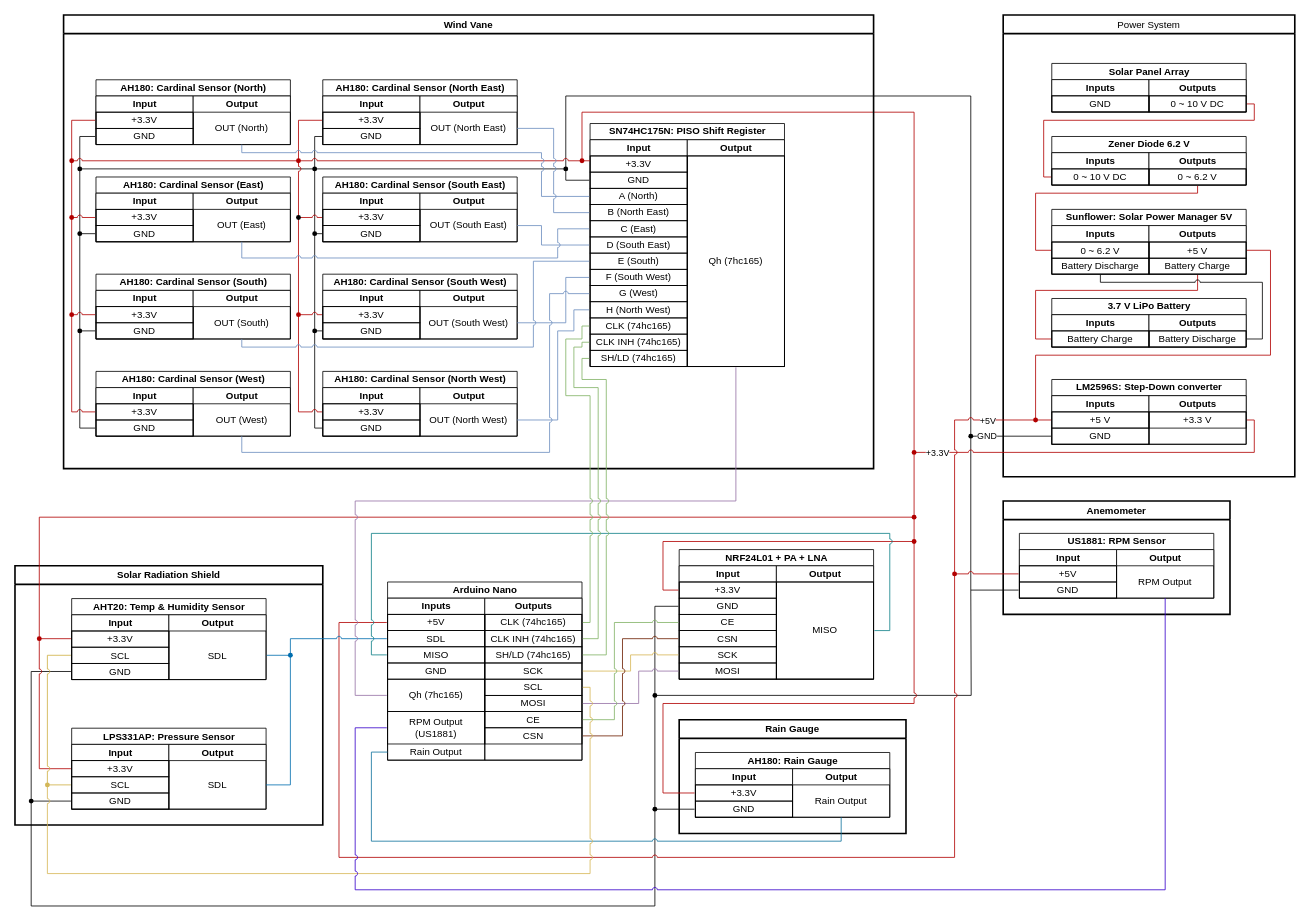
Abdenry/sensorHubProject keeps this draw.io diagram as circuitDiagram.drawio. Above is the earlier version. Source tidied: cells renumbered, new cells numbered last; positions are measured from the earlier drawing's top-left corner, leaving out a move shared by most shapes. Both pictures are drawn from the tidied source at 81%, with x=0, y=0 at pixel (15, 15).
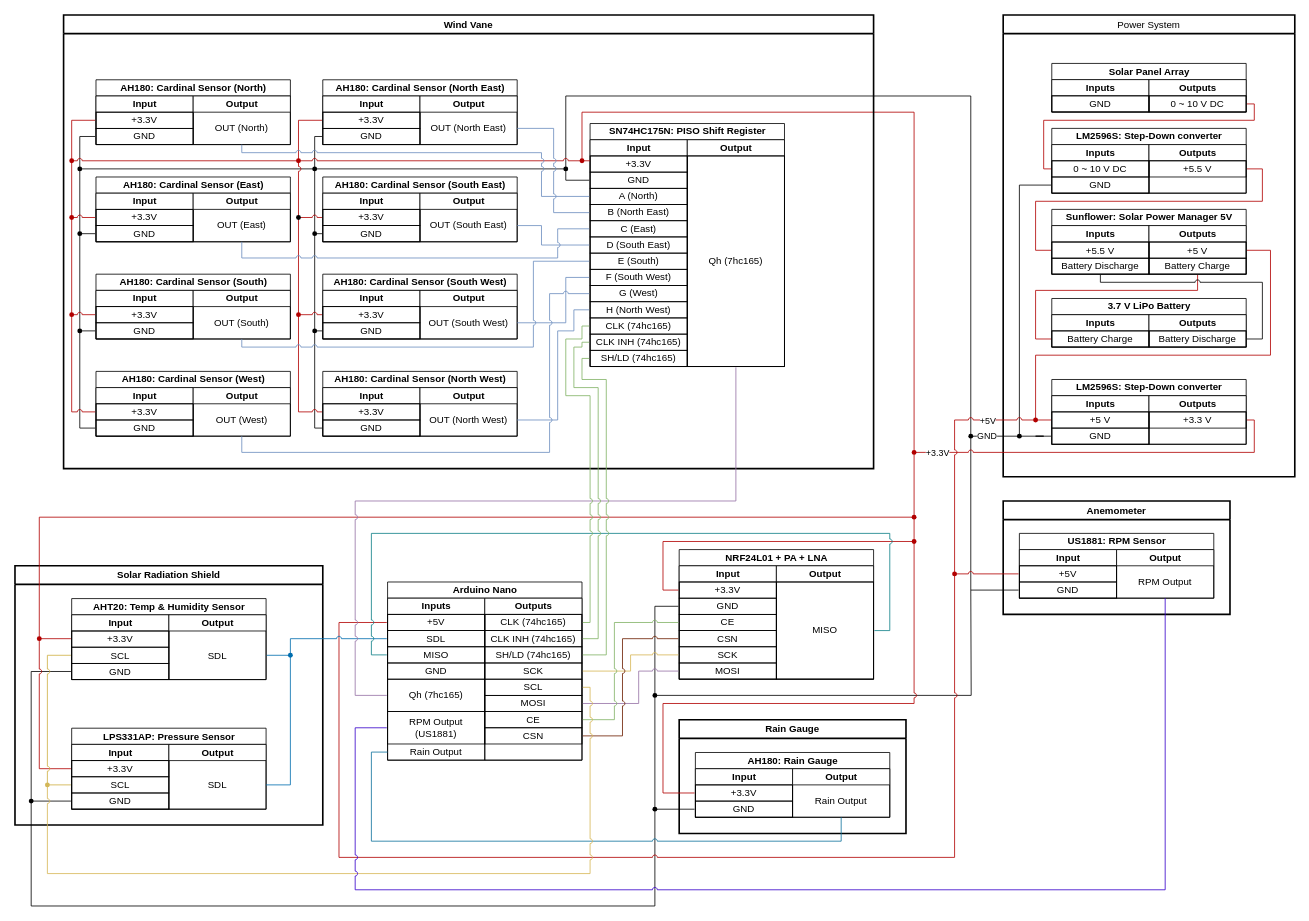
Above is the later version.

The change refers to these unchanged cells:
```xml
<mxCell id="195" value="&lt;span style=&quot;color: rgb(0, 0, 0); font-family: Helvetica; font-size: 12px; font-style: normal; font-variant-ligatures: normal; font-variant-caps: normal; font-weight: 400; letter-spacing: normal; orphans: 2; text-align: center; text-indent: 0px; text-transform: none; widows: 2; word-spacing: 0px; -webkit-text-stroke-width: 0px; white-space: normal; background-color: rgb(251, 251, 251); text-decoration-thickness: initial; text-decoration-style: initial; text-decoration-color: initial; display: inline !important; float: none;&quot;&gt;Power System&lt;/span&gt;" style="swimlane;whiteSpace=wrap;html=1;strokeWidth=2;" parent="1" vertex="1">
  <mxGeometry x="1220" width="360" height="570" as="geometry" />
</mxCell>
<mxCell id="197" value="Inputs" style="swimlane;startSize=20;html=1;" parent="196" vertex="1">
  <mxGeometry y="20" width="120" height="60" as="geometry" />
</mxCell>
<mxCell id="207" value="0 ~ 10 V DC" style="text;html=1;align=center;verticalAlign=middle;whiteSpace=wrap;rounded=0;perimeterSpacing=1;strokeColor=default;" parent="206" vertex="1">
  <mxGeometry y="20" width="120" height="20" as="geometry" />
</mxCell>
<mxCell id="214" value="Inputs" style="swimlane;startSize=20;html=1;" parent="213" vertex="1">
  <mxGeometry y="20" width="120" height="60" as="geometry" />
</mxCell>
<mxCell id="216" value="GND" style="text;html=1;align=center;verticalAlign=middle;whiteSpace=wrap;rounded=0;perimeterSpacing=1;strokeColor=default;" parent="214" vertex="1">
  <mxGeometry y="40" width="120" height="20" as="geometry" />
</mxCell>
<mxCell id="217" style="shape=waypoint;sketch=0;fillStyle=solid;size=6;points=[];fillColor=none;perimeter=centerPerimeter;snapToPoint=1;" parent="214" vertex="1">
  <mxGeometry x="-110" y="40" width="20" height="20" as="geometry" />
</mxCell>
```

Diff of the diagram source:
```diff
@@
-    <mxCell id="198" value="0 ~ 6.2 V" style="text;html=1;align=center;verticalAlign=middle;whiteSpace=wrap;rounded=0;perimeterSpacing=1;strokeColor=default;" parent="197" vertex="1">
+    <mxCell id="198" value="+5.5 V" style="text;html=1;align=center;verticalAlign=middle;whiteSpace=wrap;rounded=0;perimeterSpacing=1;strokeColor=default;" parent="197" vertex="1">
       <mxGeometry y="20.5" width="120" height="20" as="geometry" />
     </mxCell>
@@
-    <mxCell id="208" value="Zener Diode 6.2 V" style="swimlane;startSize=20;html=1;" parent="195" vertex="1">
-      <mxGeometry x="60" y="150" width="240" height="60" as="geometry" />
-    </mxCell>
-    <mxCell id="209" value="Inputs" style="swimlane;startSize=20;html=1;" parent="208" vertex="1">
-      <mxGeometry y="20" width="120" height="40" as="geometry" />
-    </mxCell>
-    <mxCell id="210" value="0 ~ 10 V DC" style="text;html=1;align=center;verticalAlign=middle;whiteSpace=wrap;rounded=0;perimeterSpacing=1;strokeColor=default;" parent="209" vertex="1">
-      <mxGeometry y="20" width="120" height="20" as="geometry" />
-    </mxCell>
-    <mxCell id="211" value="Outputs" style="swimlane;startSize=20;html=1;" parent="208" vertex="1">
-      <mxGeometry x="120" y="20" width="120" height="40" as="geometry" />
-    </mxCell>
-    <mxCell id="212" value="0 ~ 6.2 V" style="text;html=1;align=center;verticalAlign=middle;whiteSpace=wrap;rounded=0;perimeterSpacing=1;strokeColor=default;" parent="211" vertex="1">
-      <mxGeometry y="20" width="120" height="20" as="geometry" />
-    </mxCell>
@@
-    <mxCell id="218" style="edgeStyle=orthogonalEdgeStyle;rounded=0;jettySize=auto;html=1;endArrow=none;endFill=0;" parent="214" edge="1" source="216" target="217">
+    <mxCell id="218" style="edgeStyle=orthogonalEdgeStyle;rounded=0;jettySize=auto;html=1;endArrow=none;endFill=0;" parent="214" edge="1" source="267" target="217">
       <mxGeometry relative="1" as="geometry" />
     </mxCell>
+    <mxCell id="267" style="shape=waypoint;sketch=0;fillStyle=solid;size=6;points=[];fillColor=none;perimeter=centerPerimeter;snapToPoint=1;" parent="214" vertex="1">
+      <mxGeometry x="-50" y="40" width="20" height="20" as="geometry" />
+    </mxCell>
+    <mxCell id="268" style="edgeStyle=orthogonalEdgeStyle;rounded=0;jettySize=auto;html=1;endArrow=none;endFill=0;" parent="214" edge="1" source="216" target="267">
+      <mxGeometry relative="1" as="geometry" />
+    </mxCell>
@@
     <mxCell id="226" style="edgeStyle=orthogonalEdgeStyle;rounded=0;jettySize=auto;html=1;entryX=0;entryY=0.5;entryDx=0;entryDy=0;endArrow=none;endFill=0;fillColor=#e51400;strokeColor=#B20000;" parent="195" edge="1" source="207" target="210">
       <mxGeometry relative="1" as="geometry">
         <Array as="points">
           <mxPoint x="310" y="110" />
           <mxPoint x="310" y="130" />
           <mxPoint x="50" y="130" />
-          <mxPoint x="50" y="200" />
+          <mxPoint x="50" y="190" />
         </Array>
       </mxGeometry>
     </mxCell>
@@
-    <mxCell id="229" style="edgeStyle=orthogonalEdgeStyle;rounded=0;jettySize=auto;html=1;entryX=0;entryY=0.5;entryDx=0;entryDy=0;endArrow=none;endFill=0;fillColor=#e51400;strokeColor=#B20000;" parent="195" edge="1" source="212" target="198">
-      <mxGeometry relative="1" as="geometry">
-        <Array as="points">
-          <mxPoint x="240" y="220" />
-          <mxPoint x="40" y="220" />
-          <mxPoint x="40" y="291" />
-        </Array>
-      </mxGeometry>
-    </mxCell>
@@
+    <mxCell id="269" value="LM2596S: Step-Down converter" style="swimlane;startSize=20;html=1;" parent="195" vertex="1">
+      <mxGeometry x="60" y="140" width="240" height="80" as="geometry" />
+    </mxCell>
+    <mxCell id="209" value="Inputs" style="swimlane;startSize=20;html=1;" parent="269" vertex="1">
+      <mxGeometry y="20" width="120" height="60" as="geometry" />
+    </mxCell>
+    <mxCell id="210" value="0 ~ 10 V DC" style="text;html=1;align=center;verticalAlign=middle;whiteSpace=wrap;rounded=0;perimeterSpacing=1;strokeColor=default;" parent="209" vertex="1">
+      <mxGeometry y="20" width="120" height="20" as="geometry" />
+    </mxCell>
+    <mxCell id="270" value="GND" style="text;html=1;align=center;verticalAlign=middle;whiteSpace=wrap;rounded=0;perimeterSpacing=1;strokeColor=default;" parent="209" vertex="1">
+      <mxGeometry y="40" width="120" height="20" as="geometry" />
+    </mxCell>
+    <mxCell id="211" value="Outputs" style="swimlane;startSize=20;html=1;" parent="269" vertex="1">
+      <mxGeometry x="120" y="20" width="120" height="60" as="geometry" />
+    </mxCell>
+    <mxCell id="271" value="+5.5 V" style="text;html=1;align=center;verticalAlign=middle;whiteSpace=wrap;rounded=0;perimeterSpacing=1;strokeColor=default;" parent="211" vertex="1">
+      <mxGeometry y="20" width="120" height="20" as="geometry" />
+    </mxCell>
+    <mxCell id="272" style="edgeStyle=orthogonalEdgeStyle;rounded=0;jettySize=auto;html=1;entryX=0;entryY=0.5;entryDx=0;entryDy=0;endArrow=none;endFill=0;" parent="195" edge="1" source="267" target="270">
+      <mxGeometry relative="1" as="geometry">
+        <Array as="points">
+          <mxPoint x="20" y="210" />
+        </Array>
+      </mxGeometry>
+    </mxCell>
+    <mxCell id="273" style="edgeStyle=orthogonalEdgeStyle;rounded=0;jettySize=auto;html=1;entryX=0;entryY=0.5;entryDx=0;entryDy=0;endArrow=none;endFill=0;fillColor=#e51400;strokeColor=#B20000;" parent="195" edge="1" source="271" target="198">
+      <mxGeometry relative="1" as="geometry">
+        <Array as="points">
+          <mxPoint x="320" y="190" />
+          <mxPoint x="320" y="230" />
+          <mxPoint x="40" y="230" />
+          <mxPoint x="40" y="290" />
+        </Array>
+      </mxGeometry>
+    </mxCell>
```
